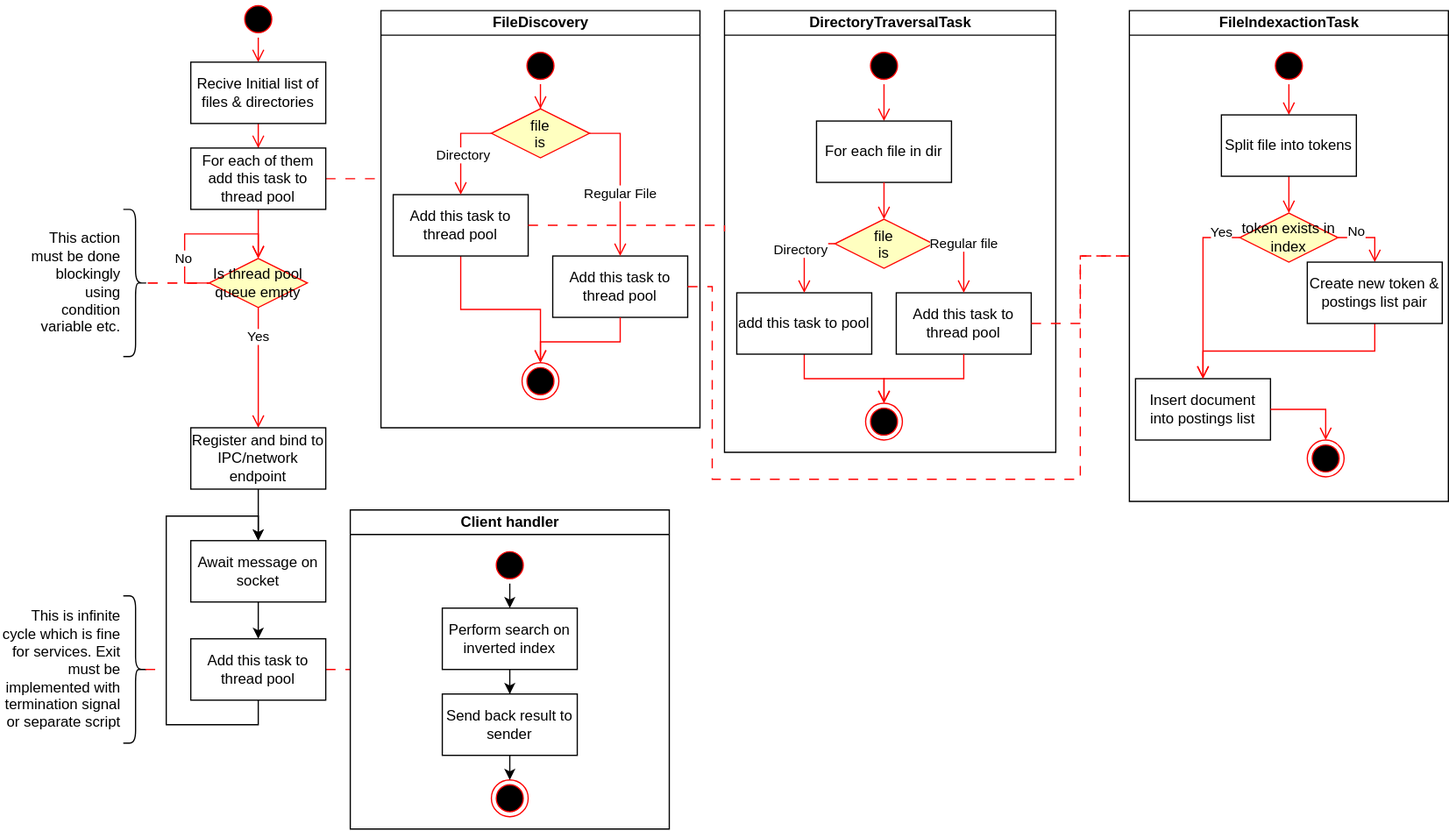
TehpphoENIX/KPI7_PC_CW keeps this draw.io diagram as model/SystemActivityDiagram.svg. Above is the earlier version. Source tidied: cells renumbered, new cells last; positions are measured from the earlier drawing's top-left corner, leaving out a move shared by most shapes.
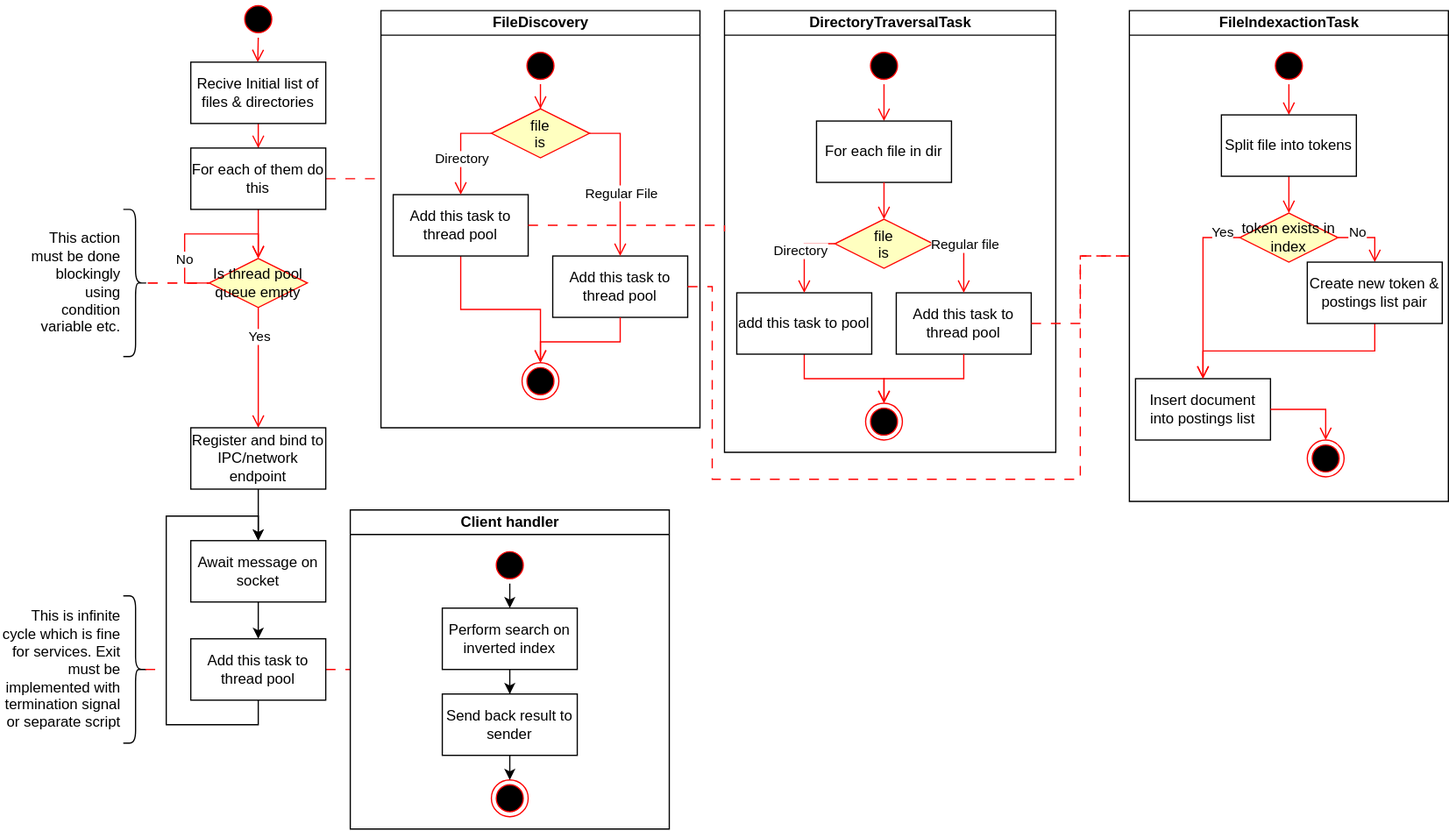
The same diagram one commit later.

The edit, as a diff of the source:
```diff
@@ -22,7 +22,7 @@
     <mxCell id="7" style="edgeStyle=orthogonalEdgeStyle;rounded=0;jettySize=auto;html=1;exitX=0.5;exitY=1;exitDx=0;exitDy=0;entryX=0.5;entryY=0;entryDx=0;entryDy=0;endArrow=open;verticalAlign=bottom;strokeColor=#FF0000;endSize=8;endFill=1;" parent="1" edge="1" source="8" target="42">
       <mxGeometry relative="1" as="geometry" />
     </mxCell>
-    <mxCell id="8" value="For each of them add this task to thread pool" style="whiteSpace=wrap;" parent="1" vertex="1">
+    <mxCell id="8" value="For each of them do this" style="whiteSpace=wrap;" parent="1" vertex="1">
       <mxGeometry x="155" y="120" width="110" height="50" as="geometry" />
     </mxCell>
     <mxCell id="9" value="DirectoryTraversalTask" style="swimlane;startSize=20;html=1;" parent="1" vertex="1">
```
